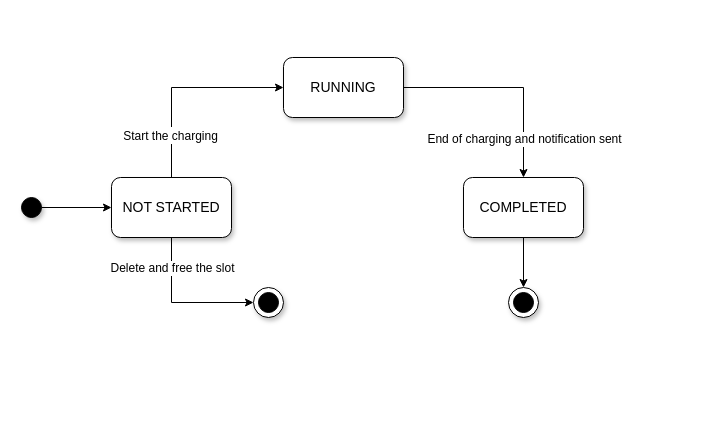
Before: page "Pagina-2" (2 of 2) of RASD/src/state_diagram/cp.drawio in gio-del/eMall, a draw.io diagram. Source tidied: cells renumbered, new cells numbered last; positions are measured from the earlier drawing's top-left corner, leaving out a move shared by most shapes. Both pictures are drawn from the tidied source at 100%, with x=0, y=0 at pixel (21, 57).
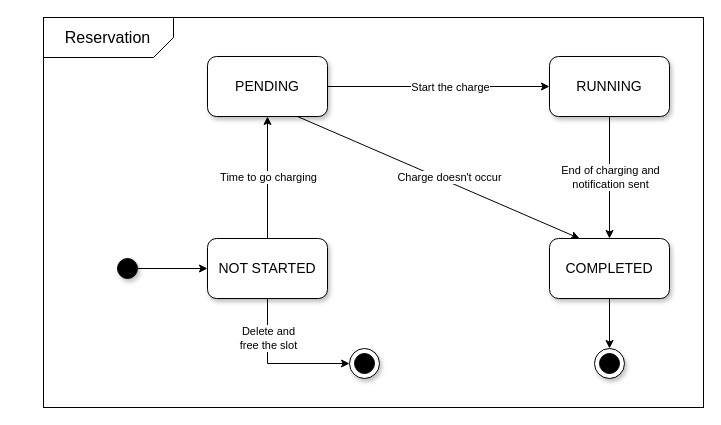
The same page after the edit.

Change to the diagram source:
```diff
@@
+    <mxCell id="18" style="rounded=0;whiteSpace=wrap;html=1;labelBorderColor=default;fontFamily=Helvetica;fontSize=11;labelBackgroundColor=none;fillColor=none;" parent="1" vertex="1">
+      <mxGeometry x="22" y="-40" width="660" height="390" as="geometry" />
+    </mxCell>
     <mxCell id="2" value="&lt;font style=&quot;font-size: 14px;&quot;&gt;NOT STARTED&lt;/font&gt;" style="rounded=1;whiteSpace=wrap;html=1;shadow=1;" parent="1" vertex="1">
-      <mxGeometry x="90" y="120" width="120" height="60" as="geometry" />
+      <mxGeometry x="186" y="181" width="120" height="60" as="geometry" />
     </mxCell>
-    <mxCell id="3" style="ellipse;whiteSpace=wrap;html=1;fontSize=14;fillColor=#000000;shadow=1;" parent="1" vertex="1">
-      <mxGeometry y="140" width="20" height="20" as="geometry" />
-    </mxCell>
-    <mxCell id="4" style="endArrow=classic;html=1;rounded=0;fontSize=14;entryX=0;entryY=0.5;entryDx=0;entryDy=0;exitX=1;exitY=0.5;exitDx=0;exitDy=0;" parent="1" edge="1" source="3" target="2">
-      <mxGeometry relative="1" as="geometry" />
-    </mxCell>
+    <mxCell id="19" style="ellipse;whiteSpace=wrap;html=1;fontSize=14;fillColor=#000000;shadow=1;" parent="1" vertex="1">
+      <mxGeometry x="96" y="201" width="20" height="20" as="geometry" />
+    </mxCell>
+    <mxCell id="20" style="endArrow=classic;html=1;rounded=0;fontSize=14;entryX=0;entryY=0.5;entryDx=0;entryDy=0;exitX=1;exitY=0.5;exitDx=0;exitDy=0;" parent="1" edge="1" source="19" target="2">
+      <mxGeometry relative="1" as="geometry" />
+    </mxCell>
     <mxCell id="5" value="RUNNING" style="rounded=1;whiteSpace=wrap;html=1;fontSize=14;fillColor=#FFFFFF;shadow=1;" parent="1" vertex="1">
-      <mxGeometry x="262" width="120" height="60" as="geometry" />
+      <mxGeometry x="528" y="-1" width="120" height="60" as="geometry" />
     </mxCell>
     <mxCell id="6" value="COMPLETED" style="rounded=1;whiteSpace=wrap;html=1;fontSize=14;fillColor=#FFFFFF;shadow=1;" parent="1" vertex="1">
-      <mxGeometry x="442" y="120" width="120" height="60" as="geometry" />
+      <mxGeometry x="528" y="181" width="120" height="60" as="geometry" />
     </mxCell>
-    <mxCell id="7" style="endArrow=classic;html=1;rounded=0;fontSize=14;entryX=0;entryY=0.5;entryDx=0;entryDy=0;exitX=0.5;exitY=0;exitDx=0;exitDy=0;" parent="1" edge="1" source="2" target="5">
-      <mxGeometry relative="1" as="geometry">
-        <Array as="points">
-          <mxPoint x="150" y="30" />
-        </Array>
-      </mxGeometry>
-    </mxCell>
-    <mxCell id="8" value="&lt;font style=&quot;font-size: 12px;&quot;&gt;Start the charging&lt;/font&gt;" style="edgeLabel;html=1;align=center;verticalAlign=middle;fontSize=14;" parent="7" vertex="1">
-      <mxGeometry x="-0.35" relative="1" as="geometry">
-        <mxPoint x="-2" y="23" as="offset" />
-      </mxGeometry>
-    </mxCell>
-    <mxCell id="9" style="endArrow=classic;html=1;rounded=0;fontSize=14;entryX=0.5;entryY=0;entryDx=0;entryDy=0;exitX=1;exitY=0.5;exitDx=0;exitDy=0;" parent="1" edge="1" source="5" target="6">
+    <mxCell id="9" style="endArrow=classic;html=1;rounded=0;fontSize=14;entryX=0.5;entryY=0;entryDx=0;entryDy=0;exitX=0.5;exitY=1;exitDx=0;exitDy=0;" parent="1" edge="1" source="5" target="6">
       <mxGeometry relative="1" as="geometry">
         <Array as="points">
-          <mxPoint x="502" y="30" />
+          <mxPoint x="588" y="109" />
         </Array>
       </mxGeometry>
     </mxCell>
-    <mxCell id="10" value="End of charging and notification sent" style="edgeLabel;html=1;align=center;verticalAlign=middle;fontSize=12;fontColor=#000000;" parent="9" vertex="1">
+    <mxCell id="10" value="End of charging and &lt;br&gt;notification sent" style="edgeLabel;html=1;align=center;verticalAlign=middle;fontSize=11;fontColor=#000000;" parent="9" vertex="1">
       <mxGeometry x="0.36" y="-1" relative="1" as="geometry">
-        <mxPoint x="1" y="28" as="offset" />
+        <mxPoint x="1" y="-23" as="offset" />
       </mxGeometry>
     </mxCell>
-    <mxCell id="11" style="ellipse;whiteSpace=wrap;html=1;shadow=1;fontSize=14;fillColor=#FFFFFF;" parent="1" vertex="1">
-      <mxGeometry x="487" y="230" width="30" height="30" as="geometry" />
-    </mxCell>
-    <mxCell id="12" style="ellipse;whiteSpace=wrap;html=1;shadow=0;fontSize=14;fillColor=#000000;" parent="1" vertex="1">
-      <mxGeometry x="492" y="235" width="20" height="20" as="geometry" />
-    </mxCell>
-    <mxCell id="13" style="ellipse;whiteSpace=wrap;html=1;shadow=1;fontSize=14;fillColor=#FFFFFF;" parent="1" vertex="1">
-      <mxGeometry x="232" y="230" width="30" height="30" as="geometry" />
-    </mxCell>
-    <mxCell id="14" style="ellipse;whiteSpace=wrap;html=1;shadow=0;fontSize=14;fillColor=#000000;" parent="1" vertex="1">
-      <mxGeometry x="237" y="235" width="20" height="20" as="geometry" />
-    </mxCell>
-    <mxCell id="15" style="endArrow=classic;html=1;rounded=0;fontSize=12;fontColor=#000000;exitX=0.5;exitY=1;exitDx=0;exitDy=0;entryX=0;entryY=0.5;entryDx=0;entryDy=0;" parent="1" edge="1" source="2" target="13">
-      <mxGeometry relative="1" as="geometry">
-        <Array as="points">
-          <mxPoint x="150" y="245" />
-        </Array>
-      </mxGeometry>
-    </mxCell>
+    <mxCell id="21" style="ellipse;whiteSpace=wrap;html=1;shadow=1;fontSize=14;fillColor=#FFFFFF;" parent="1" vertex="1">
+      <mxGeometry x="573" y="291" width="30" height="30" as="geometry" />
+    </mxCell>
+    <mxCell id="22" style="ellipse;whiteSpace=wrap;html=1;shadow=0;fontSize=14;fillColor=#000000;" parent="1" vertex="1">
+      <mxGeometry x="578" y="296" width="20" height="20" as="geometry" />
+    </mxCell>
+    <mxCell id="23" style="ellipse;whiteSpace=wrap;html=1;shadow=1;fontSize=14;fillColor=#FFFFFF;" parent="1" vertex="1">
+      <mxGeometry x="328" y="291" width="30" height="30" as="geometry" />
+    </mxCell>
+    <mxCell id="24" style="ellipse;whiteSpace=wrap;html=1;shadow=0;fontSize=14;fillColor=#000000;" parent="1" vertex="1">
+      <mxGeometry x="333" y="296" width="20" height="20" as="geometry" />
+    </mxCell>
+    <mxCell id="25" style="endArrow=classic;html=1;rounded=0;fontSize=12;fontColor=#000000;exitX=0.5;exitY=1;exitDx=0;exitDy=0;entryX=0;entryY=0.5;entryDx=0;entryDy=0;" parent="1" edge="1" source="2" target="23">
+      <mxGeometry relative="1" as="geometry">
+        <Array as="points">
+          <mxPoint x="246" y="306" />
+        </Array>
+      </mxGeometry>
+    </mxCell>
-    <mxCell id="16" value="Delete and free the slot" style="edgeLabel;html=1;align=center;verticalAlign=middle;fontSize=12;fontColor=#000000;" parent="15" vertex="1">
+    <mxCell id="16" value="Delete and &lt;br&gt;free the slot" style="edgeLabel;html=1;align=center;verticalAlign=middle;fontSize=11;fontColor=#000000;" parent="25" vertex="1">
       <mxGeometry x="-0.7" relative="1" as="geometry">
-        <mxPoint y="8" as="offset" />
+        <mxPoint y="17" as="offset" />
       </mxGeometry>
     </mxCell>
-    <mxCell id="17" style="endArrow=classic;html=1;rounded=0;fontSize=12;fontColor=#000000;exitX=0.5;exitY=1;exitDx=0;exitDy=0;entryX=0.5;entryY=0;entryDx=0;entryDy=0;" parent="1" edge="1" source="6" target="11">
-      <mxGeometry relative="1" as="geometry" />
-    </mxCell>
+    <mxCell id="26" style="endArrow=classic;html=1;rounded=0;fontSize=12;fontColor=#000000;exitX=0.5;exitY=1;exitDx=0;exitDy=0;entryX=0.5;entryY=0;entryDx=0;entryDy=0;" parent="1" edge="1" source="6" target="21">
+      <mxGeometry relative="1" as="geometry" />
+    </mxCell>
+    <mxCell id="27" value="&lt;span style=&quot;font-size: 14px;&quot;&gt;PENDING&lt;/span&gt;" style="rounded=1;whiteSpace=wrap;html=1;shadow=1;" parent="1" vertex="1">
+      <mxGeometry x="186" y="-1" width="120" height="60" as="geometry" />
+    </mxCell>
+    <mxCell id="28" style="endArrow=classic;html=1;rounded=0;exitX=0.5;exitY=0;exitDx=0;exitDy=0;" parent="1" edge="1" source="2" target="27">
+      <mxGeometry relative="1" as="geometry" />
+    </mxCell>
+    <mxCell id="29" value="Time to go charging" style="edgeLabel;html=1;align=center;verticalAlign=middle;fontSize=11;" parent="28" vertex="1">
+      <mxGeometry x="-0.26" y="-1" relative="1" as="geometry">
+        <mxPoint x="-1" y="-17" as="offset" />
+      </mxGeometry>
+    </mxCell>
+    <mxCell id="30" style="endArrow=classic;html=1;rounded=0;fontSize=12;exitX=1;exitY=0.5;exitDx=0;exitDy=0;entryX=0;entryY=0.5;entryDx=0;entryDy=0;" parent="1" edge="1" source="27" target="5">
+      <mxGeometry relative="1" as="geometry" />
+    </mxCell>
+    <mxCell id="31" value="Start the charge" style="edgeLabel;html=1;align=center;verticalAlign=middle;fontSize=11;" parent="30" vertex="1">
+      <mxGeometry x="0.1" y="2" relative="1" as="geometry">
+        <mxPoint y="2" as="offset" />
+      </mxGeometry>
+    </mxCell>
+    <mxCell id="32" style="endArrow=classic;html=1;rounded=0;fontFamily=Helvetica;fontSize=11;exitX=0.75;exitY=1;exitDx=0;exitDy=0;entryX=0.25;entryY=0;entryDx=0;entryDy=0;" parent="1" edge="1" source="27" target="6">
+      <mxGeometry relative="1" as="geometry" />
+    </mxCell>
+    <mxCell id="33" value="Charge doesn't occur" style="edgeLabel;html=1;align=center;verticalAlign=middle;fontSize=11;fontFamily=Helvetica;" parent="32" vertex="1">
+      <mxGeometry x="-0.11" y="-1" relative="1" as="geometry">
+        <mxPoint x="26" y="5" as="offset" />
+      </mxGeometry>
+    </mxCell>
+    <mxCell id="34" style="verticalLabelPosition=bottom;verticalAlign=top;html=1;shape=card;whiteSpace=wrap;size=20;arcSize=12;labelBackgroundColor=none;labelBorderColor=default;fontFamily=Helvetica;fontSize=11;fillColor=none;rotation=-180;" parent="1" vertex="1">
+      <mxGeometry x="22" y="-40" width="130" height="40" as="geometry" />
+    </mxCell>
+    <mxCell id="35" value="Reservation" style="text;strokeColor=none;fillColor=none;html=1;fontSize=16;fontStyle=0;verticalAlign=middle;align=center;labelBackgroundColor=none;labelBorderColor=none;fontFamily=Helvetica;" parent="1" vertex="1">
+      <mxGeometry x="36" y="-40" width="100" height="40" as="geometry" />
+    </mxCell>
```
